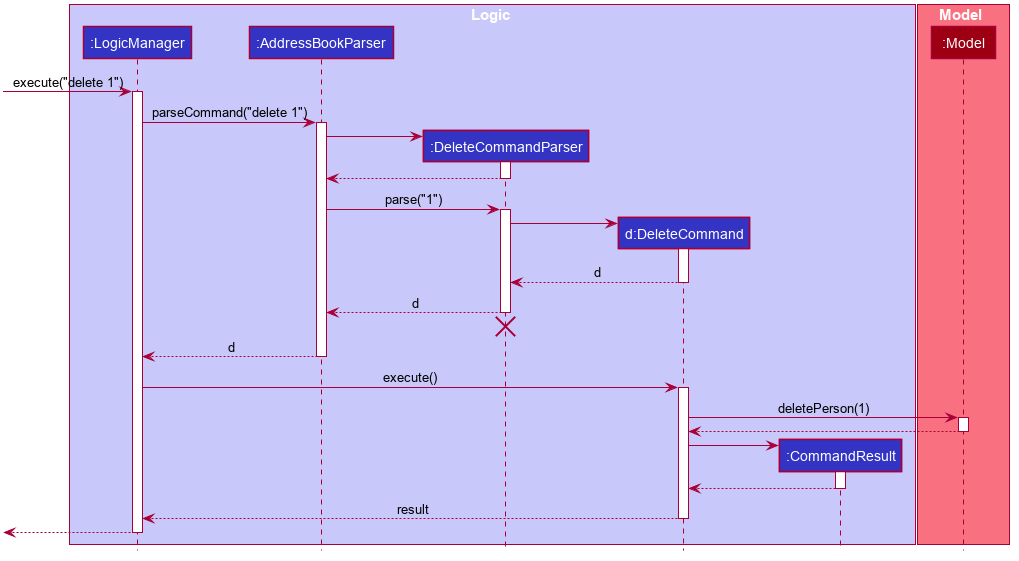
Above: docs/images/DeleteSequenceDiagram.png in nus-cs2103-AY2223S2/tp (PlantUML), before the change.
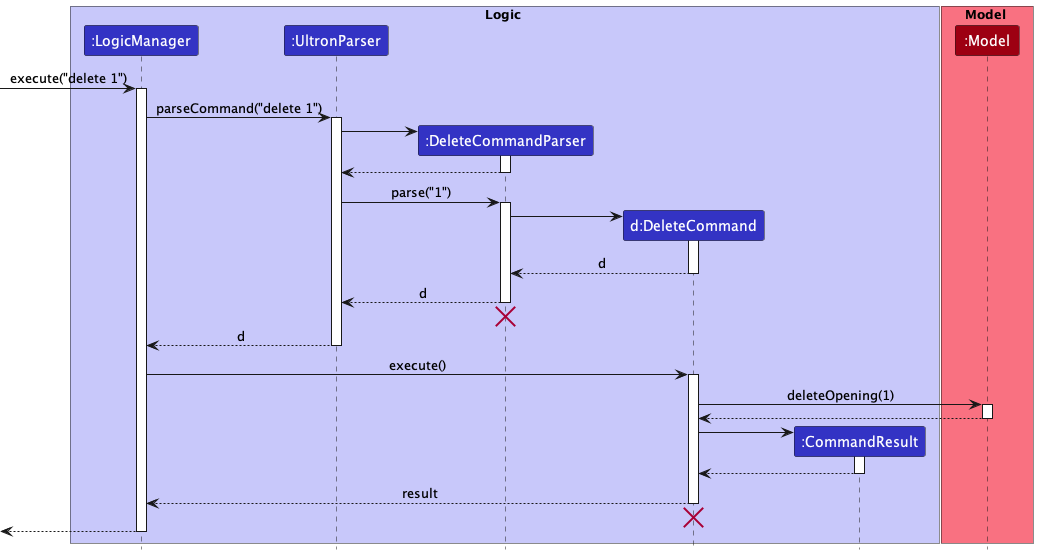
Above is the later version.

Change to the diagram source:
```diff
@@ -1,79 +1,32 @@
 @startuml
+!include style.puml
 
-
-
-
-
-
-
-
-skinparam BackgroundColor #FFFFFFF
-
-skinparam Shadowing false
-
-skinparam Class {
-    FontColor #FFFFFF
-    BorderThickness 1
-    BorderColor #FFFFFF
-    StereotypeFontColor #FFFFFF
-    FontName Arial
-}
-
-skinparam Actor {
-    BorderColor #000000
-    Color #000000
-    FontName Arial
-}
-
-skinparam Sequence {
-    MessageAlign center
-    BoxFontSize 15
-    BoxPadding 0
-    BoxFontColor #FFFFFF
-    FontName Arial
-}
-
-skinparam Participant {
-    FontColor #FFFFFFF
-    Padding 20
-}
-
-skinparam MinClassWidth 50
-skinparam ParticipantPadding 10
-skinparam Shadowing false
-skinparam DefaultTextAlignment center
-skinparam packageStyle Rectangle
-
-hide footbox
-hide members
-hide circle
-
-box Logic #C8C8FA
-participant ":LogicManager" as LogicManager #3333C4
-participant ":AddressBookParser" as AddressBookParser #3333C4
-participant ":DeleteCommandParser" as DeleteCommandParser #3333C4
-participant "d:DeleteCommand" as DeleteCommand #3333C4
-participant ":CommandResult" as CommandResult #3333C4
+box Logic LOGIC_COLOR_T1
+participant ":LogicManager" as LogicManager LOGIC_COLOR
+participant ":UltronParser" as UltronParser LOGIC_COLOR
+participant ":DeleteCommandParser" as DeleteCommandParser LOGIC_COLOR
+participant "d:DeleteCommand" as DeleteCommand LOGIC_COLOR
+participant ":CommandResult" as CommandResult LOGIC_COLOR
 end box
 
-box Model #F97181
-participant ":Model" as Model #9D0012
+box Model MODEL_COLOR_T1
+participant ":Model" as Model MODEL_COLOR
 end box
 
 [-> LogicManager : execute("delete 1")
 activate LogicManager
 
-LogicManager -> AddressBookParser : parseCommand("delete 1")
-activate AddressBookParser
+LogicManager -> UltronParser : parseCommand("delete 1")
+activate UltronParser
 
 create DeleteCommandParser
-AddressBookParser -> DeleteCommandParser
+UltronParser -> DeleteCommandParser
 activate DeleteCommandParser
 
-DeleteCommandParser --> AddressBookParser
+DeleteCommandParser --> UltronParser
 deactivate DeleteCommandParser
 
-AddressBookParser -> DeleteCommandParser : parse("1")
+UltronParser -> DeleteCommandParser : parse("1")
 activate DeleteCommandParser
 
 create DeleteCommand
@@ -83,18 +36,18 @@
 DeleteCommand --> DeleteCommandParser : d
 deactivate DeleteCommand
 
-DeleteCommandParser --> AddressBookParser : d
+DeleteCommandParser --> UltronParser : d
 deactivate DeleteCommandParser
-DeleteCommandParser -[hidden]-> AddressBookParser
+DeleteCommandParser -[hidden]-> UltronParser
 destroy DeleteCommandParser
 
-AddressBookParser --> LogicManager : d
-deactivate AddressBookParser
+UltronParser --> LogicManager : d
+deactivate UltronParser
 
 LogicManager -> DeleteCommand : execute()
 activate DeleteCommand
 
-DeleteCommand -> Model : deletePerson(1)
+DeleteCommand -> Model : deleteOpening(1)
 activate Model
 
 Model --> DeleteCommand
@@ -110,6 +63,9 @@
 DeleteCommand --> LogicManager : result
 deactivate DeleteCommand
 
+DeleteCommand -[hidden]-> LogicManager
+destroy DeleteCommand
+
 [<--LogicManager
 deactivate LogicManager
 @enduml
```
